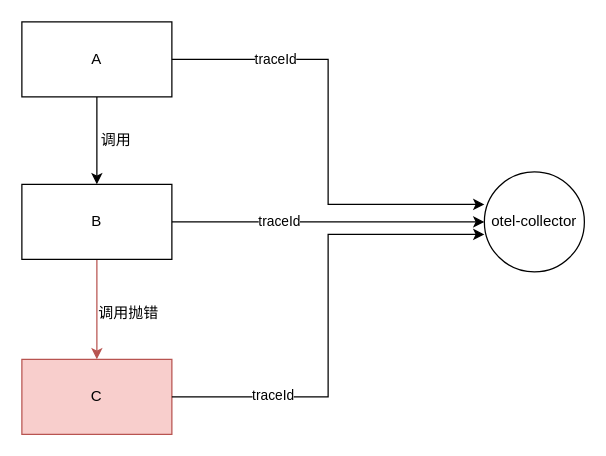
This is diagram/otel.drawio from DogerRain/image, a draw.io file, before an edit. Source tidied: cells renumbered, new cells numbered last; positions are measured from the earlier drawing's top-left corner, leaving out a move shared by most shapes. Both pictures are drawn from the tidied source at 125%, with x=0, y=0 at pixel (21, 21).
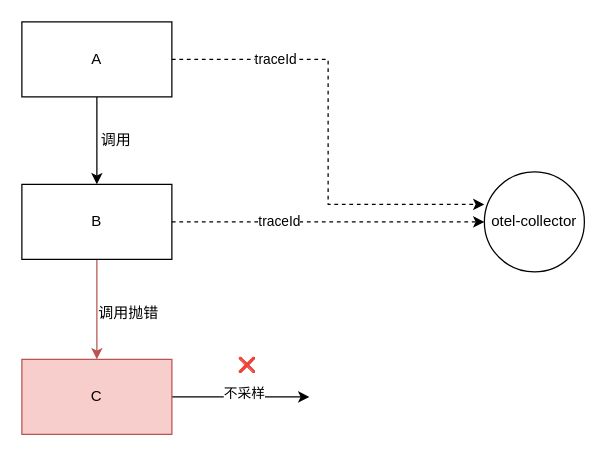
Above is the later version.

Change to the diagram source:
```diff
@@
 <mxGraphModel>
   <root>
     <mxCell id="0" />
     <mxCell id="1" parent="0" />
     <mxCell id="2" style="edgeStyle=orthogonalEdgeStyle;rounded=0;jettySize=auto;html=1;entryX=0.5;entryY=0;entryDx=0;entryDy=0;" parent="1" edge="1" source="3" target="7">
       <mxGeometry relative="1" as="geometry" />
     </mxCell>
     <mxCell id="3" value="A" style="rounded=0;whiteSpace=wrap;html=1;" parent="1" vertex="1">
       <mxGeometry width="120" height="60" as="geometry" />
     </mxCell>
     <mxCell id="4" style="edgeStyle=orthogonalEdgeStyle;rounded=0;jettySize=auto;html=1;entryX=0.5;entryY=0;entryDx=0;entryDy=0;fillColor=#f8cecc;strokeColor=#b85450;" parent="1" edge="1" source="7" target="8">
       <mxGeometry relative="1" as="geometry" />
     </mxCell>
-    <mxCell id="5" style="edgeStyle=orthogonalEdgeStyle;rounded=0;jettySize=auto;html=1;" parent="1" edge="1" source="7" target="9">
+    <mxCell id="5" style="edgeStyle=orthogonalEdgeStyle;rounded=0;jettySize=auto;html=1;dashed=1;" parent="1" edge="1" source="7" target="9">
       <mxGeometry relative="1" as="geometry" />
     </mxCell>
     <mxCell id="6" value="traceId" style="edgeLabel;html=1;align=center;verticalAlign=middle;" parent="5" vertex="1">
       <mxGeometry x="-0.32" y="1" relative="1" as="geometry" />
     </mxCell>
     <mxCell id="7" value="B" style="rounded=0;whiteSpace=wrap;html=1;" parent="1" vertex="1">
       <mxGeometry y="130" width="120" height="60" as="geometry" />
     </mxCell>
+    <mxCell id="16" style="edgeStyle=orthogonalEdgeStyle;rounded=0;jettySize=auto;html=1;" parent="1" edge="1" source="8">
+      <mxGeometry relative="1" as="geometry">
+        <mxPoint x="230" y="300" as="targetPoint" />
+      </mxGeometry>
+    </mxCell>
+    <mxCell id="17" value="不采样" style="edgeLabel;html=1;align=center;verticalAlign=middle;" parent="16" vertex="1">
+      <mxGeometry y="4" relative="1" as="geometry">
+        <mxPoint x="-2" y="-4" as="offset" />
+      </mxGeometry>
+    </mxCell>
     <mxCell id="8" value="C" style="rounded=0;whiteSpace=wrap;html=1;fillColor=#f8cecc;strokeColor=#b85450;" parent="1" vertex="1">
       <mxGeometry y="270" width="120" height="60" as="geometry" />
     </mxCell>
     <mxCell id="9" value="otel-collector" style="ellipse;whiteSpace=wrap;html=1;" parent="1" vertex="1">
       <mxGeometry x="370" y="120" width="80" height="80" as="geometry" />
     </mxCell>
-    <mxCell id="10" style="edgeStyle=orthogonalEdgeStyle;rounded=0;jettySize=auto;html=1;entryX=0;entryY=0.325;entryDx=0;entryDy=0;entryPerimeter=0;" parent="1" edge="1" source="3" target="9">
+    <mxCell id="10" style="edgeStyle=orthogonalEdgeStyle;rounded=0;jettySize=auto;html=1;entryX=0;entryY=0.325;entryDx=0;entryDy=0;entryPerimeter=0;dashed=1;" parent="1" edge="1" source="3" target="9">
       <mxGeometry relative="1" as="geometry" />
     </mxCell>
     <mxCell id="11" value="traceId" style="edgeLabel;html=1;align=center;verticalAlign=middle;" parent="10" vertex="1">
       <mxGeometry x="-0.55" y="1" relative="1" as="geometry" />
     </mxCell>
-    <mxCell id="12" style="edgeStyle=orthogonalEdgeStyle;rounded=0;jettySize=auto;html=1;entryX=0;entryY=0.625;entryDx=0;entryDy=0;entryPerimeter=0;" parent="1" edge="1" source="8" target="9">
-      <mxGeometry relative="1" as="geometry" />
-    </mxCell>
-    <mxCell id="13" value="traceId" style="edgeLabel;html=1;align=center;verticalAlign=middle;" parent="12" vertex="1">
-      <mxGeometry x="-0.58" y="2" relative="1" as="geometry" />
-    </mxCell>
     <mxCell id="14" value="调用" style="text;html=1;align=center;verticalAlign=middle;strokeColor=none;fillColor=none;" parent="1" vertex="1">
       <mxGeometry x="50" y="80" width="50" height="30" as="geometry" />
     </mxCell>
     <mxCell id="15" value="调用抛错" style="text;html=1;align=center;verticalAlign=middle;strokeColor=none;fillColor=none;" parent="1" vertex="1">
       <mxGeometry x="50" y="218" width="70" height="30" as="geometry" />
     </mxCell>
+    <mxCell id="18" value="❌" style="text;html=1;align=center;verticalAlign=middle;strokeColor=none;fillColor=none;" parent="1" vertex="1">
+      <mxGeometry x="160" y="260" width="40" height="30" as="geometry" />
+    </mxCell>
   </root>
 </mxGraphModel>
```
